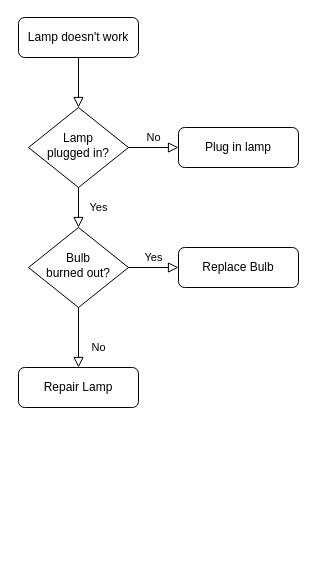
The draw.io diagram page "Page-1" (1 of 2) of Untitled Diagram.drawio in glancccc/CS-Books, before the edit. Source tidied: cells renumbered, new cells numbered last; positions are measured from the earlier drawing's top-left corner, leaving out a move shared by most shapes. Both pictures are drawn from the tidied source at 100%, with x=0, y=0 at pixel (18, 17).
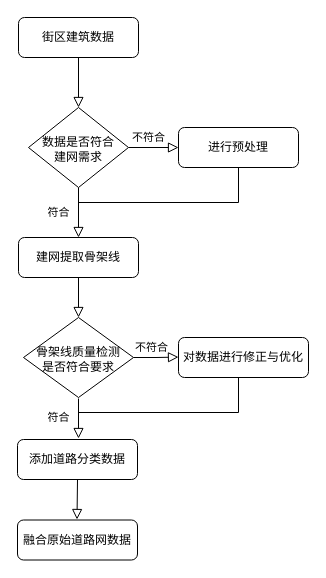
The same diagram, later.

What changed in the source:
```diff
@@
-    <mxCell id="3" value="Lamp doesn't work" style="rounded=1;whiteSpace=wrap;html=1;fontSize=12;glass=0;strokeWidth=1;shadow=0;" parent="1" vertex="1">
+    <mxCell id="3" value="街区建筑数据" style="rounded=1;whiteSpace=wrap;html=1;fontSize=12;glass=0;strokeWidth=1;shadow=0;" parent="1" vertex="1">
       <mxGeometry width="120" height="40" as="geometry" />
     </mxCell>
-    <mxCell id="4" value="Yes" style="rounded=0;html=1;jettySize=auto;fontSize=11;endArrow=block;endFill=0;endSize=8;strokeWidth=1;shadow=0;labelBackgroundColor=none;edgeStyle=orthogonalEdgeStyle;" parent="1" edge="1" source="6" target="10">
-      <mxGeometry y="20" relative="1" as="geometry" />
+    <mxCell id="4" value="符合" style="rounded=0;html=1;jettySize=auto;fontSize=11;endArrow=block;endFill=0;endSize=8;strokeWidth=1;shadow=0;labelBackgroundColor=none;edgeStyle=orthogonalEdgeStyle;entryX=0.5;entryY=0;entryDx=0;entryDy=0;" parent="1" edge="1" source="6" target="12">
+      <mxGeometry y="-20" relative="1" as="geometry" />
     </mxCell>
-    <mxCell id="5" value="No" style="edgeStyle=orthogonalEdgeStyle;rounded=0;html=1;jettySize=auto;fontSize=11;endArrow=block;endFill=0;endSize=8;strokeWidth=1;shadow=0;labelBackgroundColor=none;" parent="1" edge="1" source="6" target="7">
-      <mxGeometry y="10" relative="1" as="geometry" />
+    <mxCell id="5" value="不符合" style="edgeStyle=orthogonalEdgeStyle;rounded=0;html=1;jettySize=auto;fontSize=11;endArrow=block;endFill=0;endSize=8;strokeWidth=1;shadow=0;labelBackgroundColor=none;" parent="1" edge="1" source="6" target="7">
+      <mxGeometry x="-0.2" y="10" relative="1" as="geometry" />
     </mxCell>
-    <mxCell id="6" value="Lamp&lt;br&gt;plugged in?" style="rhombus;whiteSpace=wrap;html=1;shadow=0;fontFamily=Helvetica;fontSize=12;align=center;strokeWidth=1;spacing=6;spacingTop=-4;" parent="1" vertex="1">
+    <mxCell id="6" value="数据是否符合建网需求" style="rhombus;whiteSpace=wrap;html=1;shadow=0;fontFamily=Helvetica;fontSize=12;align=center;strokeWidth=1;spacing=6;spacingTop=4;spacingRight=8;spacingLeft=8;" parent="1" vertex="1">
       <mxGeometry x="10" y="90" width="100" height="80" as="geometry" />
     </mxCell>
-    <mxCell id="7" value="Plug in lamp" style="rounded=1;whiteSpace=wrap;html=1;fontSize=12;glass=0;strokeWidth=1;shadow=0;" parent="1" vertex="1">
+    <mxCell id="7" value="进行预处理" style="rounded=1;whiteSpace=wrap;html=1;fontSize=12;glass=0;strokeWidth=1;shadow=0;" parent="1" vertex="1">
       <mxGeometry x="160" y="110" width="120" height="40" as="geometry" />
     </mxCell>
-    <mxCell id="8" value="No" style="rounded=0;html=1;jettySize=auto;fontSize=11;endArrow=block;endFill=0;endSize=8;strokeWidth=1;shadow=0;labelBackgroundColor=none;edgeStyle=orthogonalEdgeStyle;" parent="1" edge="1" source="10" target="11">
-      <mxGeometry x="0.33" y="20" relative="1" as="geometry" />
-    </mxCell>
-    <mxCell id="9" value="Yes" style="edgeStyle=orthogonalEdgeStyle;rounded=0;html=1;jettySize=auto;fontSize=11;endArrow=block;endFill=0;endSize=8;strokeWidth=1;shadow=0;labelBackgroundColor=none;" parent="1" edge="1" source="10" target="12">
-      <mxGeometry y="10" relative="1" as="geometry" />
-    </mxCell>
-    <mxCell id="10" value="Bulb&lt;br&gt;burned out?" style="rhombus;whiteSpace=wrap;html=1;shadow=0;fontFamily=Helvetica;fontSize=12;align=center;strokeWidth=1;spacing=6;spacingTop=-4;" parent="1" vertex="1">
-      <mxGeometry x="10" y="210" width="100" height="80" as="geometry" />
-    </mxCell>
-    <mxCell id="11" value="Repair Lamp" style="rounded=1;whiteSpace=wrap;html=1;fontSize=12;glass=0;strokeWidth=1;shadow=0;" parent="1" vertex="1">
-      <mxGeometry y="350" width="120" height="40" as="geometry" />
-    </mxCell>
-    <mxCell id="12" value="Replace Bulb" style="rounded=1;whiteSpace=wrap;html=1;fontSize=12;glass=0;strokeWidth=1;shadow=0;" parent="1" vertex="1">
-      <mxGeometry x="160" y="230" width="120" height="40" as="geometry" />
+    <mxCell id="12" value="建网提取骨架线" style="rounded=1;whiteSpace=wrap;html=1;fontSize=12;glass=0;strokeWidth=1;shadow=0;" parent="1" vertex="1">
+      <mxGeometry y="220" width="120" height="40" as="geometry" />
     </mxCell>
+    <mxCell id="13" style="endArrow=none;html=1;rounded=0;entryX=0.5;entryY=1;entryDx=0;entryDy=0;" parent="1" edge="1" target="7">
+      <mxGeometry relative="1" as="geometry">
+        <mxPoint x="60" y="185" as="sourcePoint" />
+        <Array as="points">
+          <mxPoint x="220" y="185" />
+        </Array>
+      </mxGeometry>
+    </mxCell>
+    <mxCell id="14" style="endArrow=block;html=1;rounded=0;exitX=0.5;exitY=1;exitDx=0;exitDy=0;entryX=0.5;entryY=0;entryDx=0;entryDy=0;labelBackgroundColor=none;endFill=0;endSize=8;strokeWidth=1;shadow=0;" parent="1" edge="1" source="12">
+      <mxGeometry relative="1" as="geometry">
+        <mxPoint x="60" y="300" as="targetPoint" />
+      </mxGeometry>
+    </mxCell>
+    <mxCell id="15" value="符合" style="endArrow=block;html=1;rounded=0;exitX=0.5;exitY=1;exitDx=0;exitDy=0;labelBackgroundColor=none;endFill=0;endSize=8;strokeWidth=1;shadow=0;" parent="1" edge="1">
+      <mxGeometry x="-0.05" y="-20" relative="1" as="geometry">
+        <mxPoint x="60" y="381" as="sourcePoint" />
+        <mxPoint x="60" y="421" as="targetPoint" />
+      </mxGeometry>
+    </mxCell>
+    <mxCell id="16" value="添加道路分类数据" style="rounded=1;whiteSpace=wrap;html=1;fontSize=12;glass=0;strokeWidth=1;shadow=0;" parent="1" vertex="1">
+      <mxGeometry x="-1" y="422" width="120" height="40" as="geometry" />
+    </mxCell>
+    <mxCell id="17" value="融合原始道路网数据" style="rounded=1;whiteSpace=wrap;html=1;fontSize=12;glass=0;strokeWidth=1;shadow=0;" parent="1" vertex="1">
+      <mxGeometry x="-1" y="502.5" width="120" height="40" as="geometry" />
+    </mxCell>
+    <mxCell id="18" style="endArrow=block;html=1;rounded=0;labelBackgroundColor=none;endFill=0;endSize=8;strokeWidth=1;shadow=0;" parent="1" edge="1">
+      <mxGeometry relative="1" as="geometry">
+        <mxPoint x="59" y="462" as="sourcePoint" />
+        <mxPoint x="58.5" y="502" as="targetPoint" />
+      </mxGeometry>
+    </mxCell>
+    <mxCell id="19" value="骨架线质量检测是否符合要求" style="rhombus;whiteSpace=wrap;html=1;shadow=0;fontFamily=Helvetica;fontSize=12;align=center;strokeWidth=1;spacing=6;spacingTop=4;spacingRight=8;spacingLeft=8;" parent="1" vertex="1">
+      <mxGeometry x="5" y="300" width="110" height="80" as="geometry" />
+    </mxCell>
+    <mxCell id="20" value="不符合" style="edgeStyle=orthogonalEdgeStyle;rounded=0;html=1;jettySize=auto;fontSize=11;endArrow=block;endFill=0;endSize=8;strokeWidth=1;shadow=0;labelBackgroundColor=none;exitX=1;exitY=0.5;exitDx=0;exitDy=0;" parent="1" edge="1" source="19">
+      <mxGeometry x="-0.2" y="10" relative="1" as="geometry">
+        <mxPoint x="160" y="339.6" as="targetPoint" />
+      </mxGeometry>
+    </mxCell>
+    <mxCell id="21" value="对数据进行修正与优化" style="rounded=1;whiteSpace=wrap;html=1;fontSize=12;glass=0;strokeWidth=1;shadow=0;" parent="1" vertex="1">
+      <mxGeometry x="160" y="320" width="130" height="40" as="geometry" />
+    </mxCell>
+    <mxCell id="22" style="endArrow=none;html=1;rounded=0;entryX=0.5;entryY=1;entryDx=0;entryDy=0;" parent="1" edge="1">
+      <mxGeometry relative="1" as="geometry">
+        <mxPoint x="60" y="395" as="sourcePoint" />
+        <mxPoint x="220" y="360" as="targetPoint" />
+        <Array as="points">
+          <mxPoint x="220" y="395" />
+        </Array>
+      </mxGeometry>
+    </mxCell>
```
